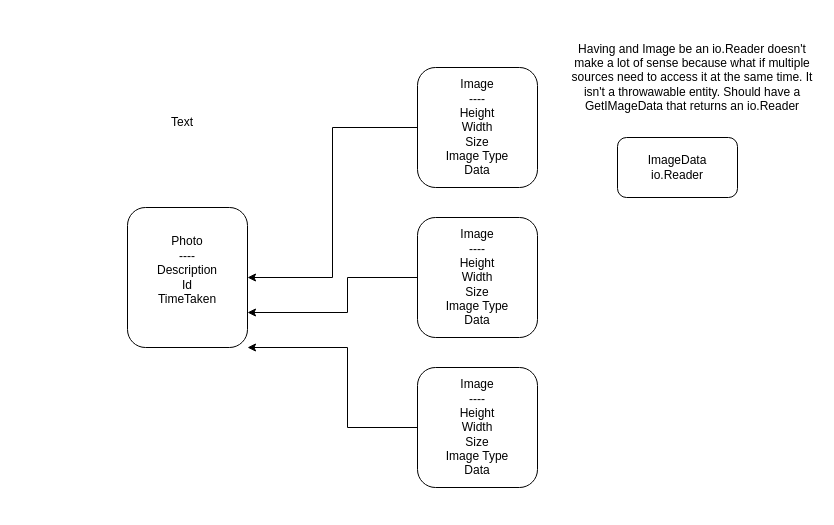
This is design/stores/model.drawio from ZacharyDuve/photoz, a draw.io file, before an edit. Source tidied: cells renumbered, new cells numbered last; positions are measured from the earlier drawing's top-left corner, leaving out a move shared by most shapes. Both pictures are drawn from the tidied source at 100%, with x=0, y=0 at pixel (97, 27).
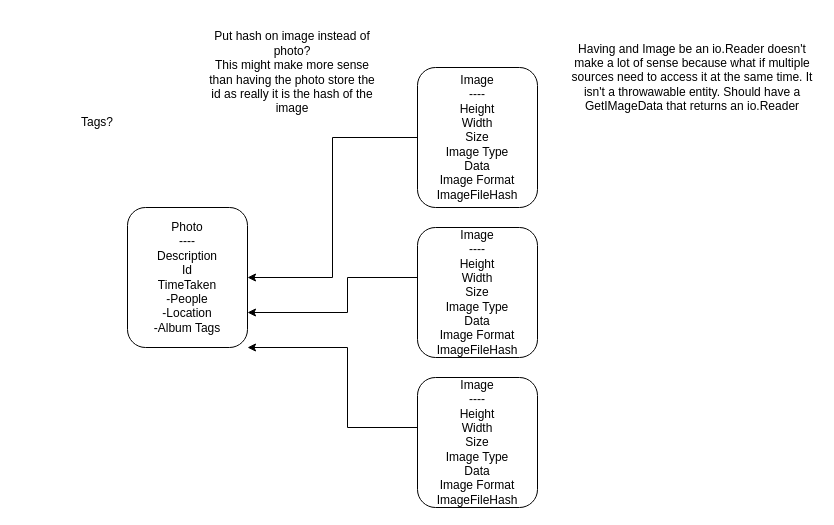
The same diagram, later.

The edit, as a diff of the source:
```diff
@@
 <mxGraphModel>
   <root>
     <mxCell id="0" />
     <mxCell id="1" parent="0" />
-    <mxCell id="2" value="Photo&lt;br&gt;----&lt;br&gt;Description&lt;br&gt;Id&lt;br&gt;TimeTaken&lt;br&gt;&lt;br&gt;" style="rounded=1;whiteSpace=wrap;html=1;" parent="1" vertex="1">
+    <mxCell id="2" value="Photo&lt;br&gt;----&lt;br&gt;Description&lt;br&gt;Id&lt;br&gt;TimeTaken&lt;br&gt;-People&lt;br&gt;-Location&lt;br&gt;-Album Tags" style="rounded=1;whiteSpace=wrap;html=1;" parent="1" vertex="1">
       <mxGeometry x="30" y="180" width="120" height="140" as="geometry" />
     </mxCell>
     <mxCell id="3" style="edgeStyle=orthogonalEdgeStyle;rounded=0;jettySize=auto;html=1;exitX=0;exitY=0.5;exitDx=0;exitDy=0;entryX=1;entryY=0.5;entryDx=0;entryDy=0;" parent="1" edge="1" source="4" target="2">
       <mxGeometry relative="1" as="geometry" />
     </mxCell>
-    <mxCell id="4" value="Image&lt;br&gt;----&lt;br&gt;Height&lt;br&gt;Width&lt;br&gt;Size&lt;br&gt;Image Type&lt;br&gt;Data" style="rounded=1;whiteSpace=wrap;html=1;" parent="1" vertex="1">
-      <mxGeometry x="320" y="40" width="120" height="120" as="geometry" />
+    <mxCell id="4" value="Image&lt;br&gt;----&lt;br&gt;Height&lt;br&gt;Width&lt;br&gt;Size&lt;br&gt;Image Type&lt;br&gt;Data&lt;br&gt;Image Format&lt;br&gt;ImageFileHash" style="rounded=1;whiteSpace=wrap;html=1;" parent="1" vertex="1">
+      <mxGeometry x="320" y="40" width="120" height="140" as="geometry" />
     </mxCell>
-    <mxCell id="5" value="ImageData&lt;br&gt;io.Reader" style="rounded=1;whiteSpace=wrap;html=1;" parent="1" vertex="1">
-      <mxGeometry x="520" y="110" width="120" height="60" as="geometry" />
-    </mxCell>
     <mxCell id="6" style="edgeStyle=orthogonalEdgeStyle;rounded=0;jettySize=auto;html=1;exitX=0;exitY=0.5;exitDx=0;exitDy=0;entryX=1;entryY=1;entryDx=0;entryDy=0;" parent="1" edge="1" source="7" target="2">
       <mxGeometry relative="1" as="geometry">
         <Array as="points">
           <mxPoint x="250" y="400" />
           <mxPoint x="250" y="320" />
         </Array>
       </mxGeometry>
     </mxCell>
-    <mxCell id="7" value="Image&lt;br&gt;----&lt;br&gt;Height&lt;br&gt;Width&lt;br&gt;Size&lt;br&gt;Image Type&lt;br&gt;Data" style="rounded=1;whiteSpace=wrap;html=1;" parent="1" vertex="1">
-      <mxGeometry x="320" y="340" width="120" height="120" as="geometry" />
+    <mxCell id="7" value="Image&lt;br&gt;----&lt;br&gt;Height&lt;br&gt;Width&lt;br&gt;Size&lt;br&gt;Image Type&lt;br&gt;Data&lt;br&gt;Image Format&lt;br&gt;ImageFileHash" style="rounded=1;whiteSpace=wrap;html=1;" parent="1" vertex="1">
+      <mxGeometry x="320" y="350" width="120" height="130" as="geometry" />
     </mxCell>
     <mxCell id="8" style="edgeStyle=orthogonalEdgeStyle;rounded=0;jettySize=auto;html=1;entryX=1;entryY=0.75;entryDx=0;entryDy=0;" parent="1" edge="1" source="9" target="2">
       <mxGeometry relative="1" as="geometry">
         <Array as="points">
           <mxPoint x="250" y="250" />
           <mxPoint x="250" y="285" />
         </Array>
       </mxGeometry>
     </mxCell>
-    <mxCell id="9" value="Image&lt;br&gt;----&lt;br&gt;Height&lt;br&gt;Width&lt;br&gt;Size&lt;br&gt;Image Type&lt;br&gt;Data" style="rounded=1;whiteSpace=wrap;html=1;" parent="1" vertex="1">
-      <mxGeometry x="320" y="190" width="120" height="120" as="geometry" />
+    <mxCell id="9" value="Image&lt;br&gt;----&lt;br&gt;Height&lt;br&gt;Width&lt;br&gt;Size&lt;br&gt;Image Type&lt;br&gt;Data&lt;br&gt;Image Format&lt;br&gt;ImageFileHash" style="rounded=1;whiteSpace=wrap;html=1;" parent="1" vertex="1">
+      <mxGeometry x="320" y="200" width="120" height="130" as="geometry" />
     </mxCell>
     <mxCell id="10" value="Having and Image be an io.Reader doesn't make a lot of sense because what if multiple sources need to access it at the same time. It isn't a throwawable entity. Should have a GetIMageData that returns an io.Reader" style="text;html=1;strokeColor=none;fillColor=none;align=center;verticalAlign=middle;whiteSpace=wrap;rounded=0;" parent="1" vertex="1">
       <mxGeometry x="470" width="250" height="100" as="geometry" />
     </mxCell>
-    <mxCell id="11" value="Text" style="text;html=1;strokeColor=none;fillColor=none;align=center;verticalAlign=middle;whiteSpace=wrap;rounded=0;" parent="1" vertex="1">
-      <mxGeometry y="40" width="170" height="110" as="geometry" />
+    <mxCell id="11" value="Put hash on image instead of photo?&lt;br&gt;This might make more sense than having the photo store the id as really it is the hash of the image" style="text;html=1;strokeColor=none;fillColor=none;align=center;verticalAlign=middle;whiteSpace=wrap;rounded=0;" parent="1" vertex="1">
+      <mxGeometry x="110" y="-10" width="170" height="110" as="geometry" />
     </mxCell>
+    <mxCell id="12" value="&amp;nbsp;Tags?&amp;nbsp;" style="text;html=1;strokeColor=none;fillColor=none;align=center;verticalAlign=middle;whiteSpace=wrap;rounded=0;" parent="1" vertex="1">
+      <mxGeometry x="-80" y="60" width="160" height="70" as="geometry" />
+    </mxCell>
   </root>
 </mxGraphModel>
```
